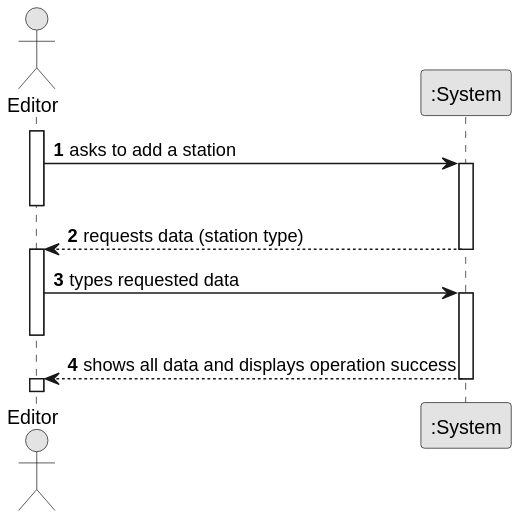
Earlier version of the PlantUML export docs/sprint1/us005/01.requirements-engineering/svg/us005-system-sequence-diagram.svg (ivasduarte/all-aboard). Source of this version:
```plantuml
@startuml
skinparam monochrome true
skinparam packageStyle rectangle
skinparam shadowing false

autonumber

actor "Editor" as Editor
participant ":System" as System

activate Editor

    Editor -> System : asks to add a station
    activate System
    deactivate Editor

    System --> Editor : requests data (station type)
    deactivate System
    activate Editor

    Editor -> System : types requested data
    activate System
    deactivate Editor

    System --> Editor : shows all data and displays operation success
    deactivate System
    activate Editor
@enduml
```
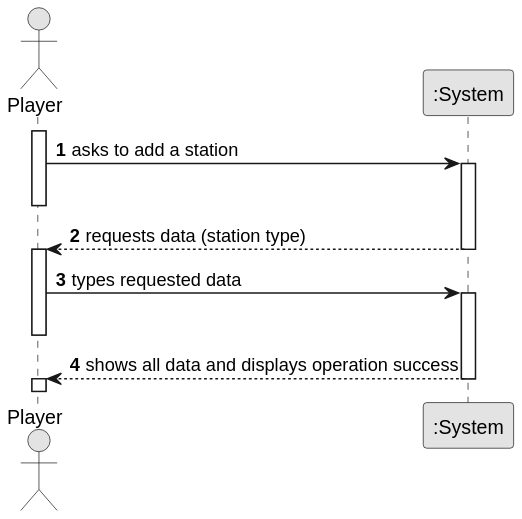
Above is the later version.

Change to the diagram source:
```diff
@@ -5,24 +5,24 @@
 
 autonumber
 
-actor "Editor" as Editor
+actor "Player" as Player
 participant ":System" as System
 
-activate Editor
+activate Player
 
-    Editor -> System : asks to add a station
+    Player -> System : asks to add a station
     activate System
-    deactivate Editor
+    deactivate Player
 
-    System --> Editor : requests data (station type)
+    System --> Player : requests data (station type)
     deactivate System
-    activate Editor
+    activate Player
 
-    Editor -> System : types requested data
+    Player -> System : types requested data
     activate System
-    deactivate Editor
+    deactivate Player
 
-    System --> Editor : shows all data and displays operation success
+    System --> Player : shows all data and displays operation success
     deactivate System
-    activate Editor
+    activate Player
 @enduml
```
